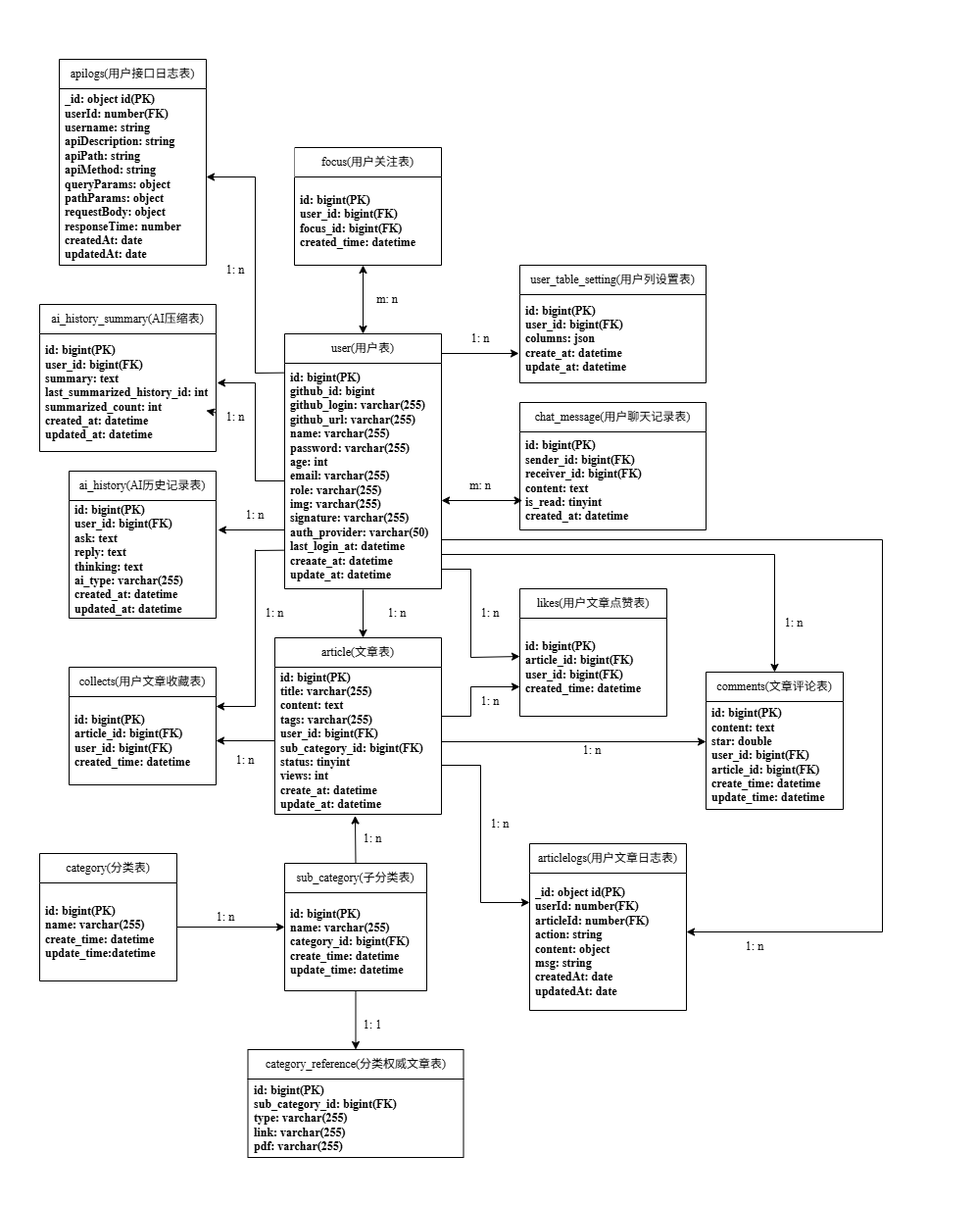
The draw.io diagram static/pic/er.drawio.png in hongch666/mix-web-demo, before a commit. Source tidied: cells renumbered, new cells last; positions are measured from the earlier drawing's top-left corner, leaving out a move shared by most shapes.
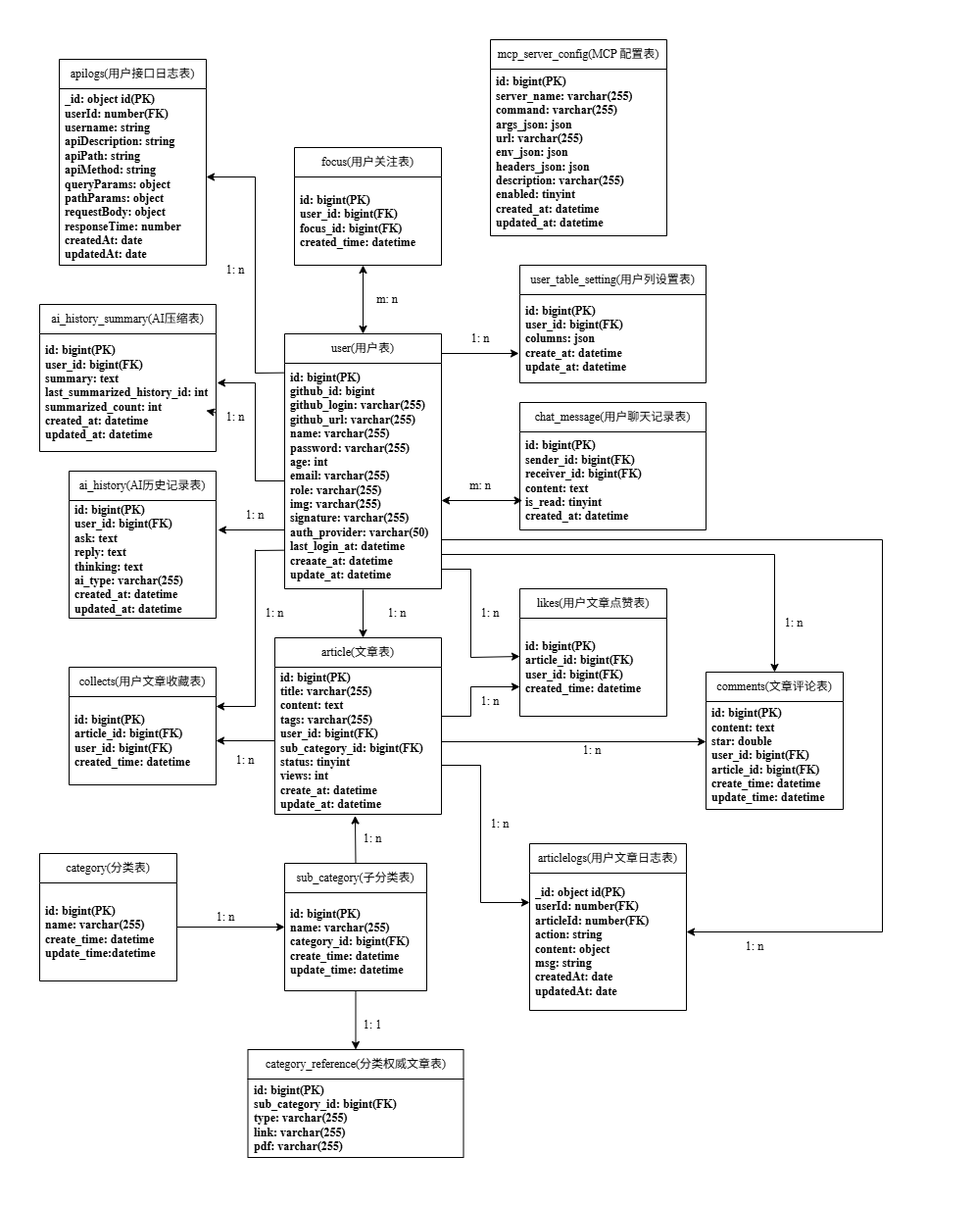
After the commit.

Commit message:
更新架构和ER图

Change to the diagram source:
```diff
@@ -233,9 +233,6 @@
     <mxCell id="54" style="rounded=0;whiteSpace=wrap;html=1;textOpacity=0;labelBorderColor=light-dark(#000000,#FFFFFF);fontColor=none;noLabel=1;strokeColor=none;fontFamily=Times New Roman;" parent="1" vertex="1">
       <mxGeometry x="985" y="450" width="10" height="30" as="geometry" />
     </mxCell>
-    <mxCell id="55" style="rounded=0;whiteSpace=wrap;html=1;textOpacity=0;labelBorderColor=light-dark(#000000,#FFFFFF);fontColor=none;noLabel=1;strokeColor=none;fontFamily=Times New Roman;" parent="1" vertex="1">
-      <mxGeometry x="290" y="150" width="10" height="30" as="geometry" />
-    </mxCell>
     <mxCell id="56" style="rounded=0;whiteSpace=wrap;html=1;textOpacity=0;labelBorderColor=light-dark(#000000,#FFFFFF);fontColor=none;noLabel=1;strokeColor=none;fontFamily=Times New Roman;" parent="1" vertex="1">
       <mxGeometry y="550" width="10" height="30" as="geometry" />
     </mxCell>
@@ -346,5 +343,11 @@
     <mxCell id="88" style="edgeStyle=none;html=1;" parent="1" edge="1" source="83" target="58">
       <mxGeometry relative="1" as="geometry" />
     </mxCell>
+    <mxCell id="89" value="mcp_server_config&lt;span style=&quot;&quot;&gt;(MCP 配置表)&lt;/span&gt;" style="swimlane;fontStyle=0;horizontal=1;startSize=30;whiteSpace=wrap;html=1;fontColor=default;fontFamily=Times New Roman;" parent="1" vertex="1">
+      <mxGeometry x="500" y="40" width="180" height="200" as="geometry" />
+    </mxCell>
+    <mxCell id="90" value="&lt;span style=&quot;scrollbar-color: rgb(75, 75, 75) rgb(27, 29, 30);&quot;&gt;&lt;b&gt;id: bigint(PK)&lt;/b&gt;&lt;/span&gt;&lt;div style=&quot;scrollbar-color: rgb(75, 75, 75) rgb(27, 29, 30);&quot;&gt;&lt;span style=&quot;scrollbar-color: rgb(75, 75, 75) rgb(27, 29, 30);&quot;&gt;&lt;b&gt;server_name:&amp;nbsp;&lt;/b&gt;&lt;/span&gt;&lt;b style=&quot;background-color: transparent; scrollbar-color: rgb(75, 75, 75) rgb(27, 29, 30);&quot;&gt;varchar(255)&lt;/b&gt;&lt;/div&gt;&lt;div style=&quot;scrollbar-color: rgb(75, 75, 75) rgb(27, 29, 30);&quot;&gt;&lt;span style=&quot;scrollbar-color: rgb(75, 75, 75) rgb(27, 29, 30);&quot;&gt;&lt;b&gt;command:&amp;nbsp;&lt;/b&gt;&lt;/span&gt;&lt;b style=&quot;background-color: transparent; scrollbar-color: rgb(75, 75, 75) rgb(27, 29, 30);&quot;&gt;varchar(255)&lt;/b&gt;&lt;/div&gt;&lt;div style=&quot;scrollbar-color: rgb(75, 75, 75) rgb(27, 29, 30);&quot;&gt;&lt;b style=&quot;background-color: transparent; scrollbar-color: rgb(75, 75, 75) rgb(27, 29, 30);&quot;&gt;args_json: json&lt;/b&gt;&lt;/div&gt;&lt;div style=&quot;scrollbar-color: rgb(75, 75, 75) rgb(27, 29, 30);&quot;&gt;&lt;b style=&quot;background-color: transparent; scrollbar-color: rgb(75, 75, 75) rgb(27, 29, 30);&quot;&gt;url:&amp;nbsp;&lt;/b&gt;&lt;b style=&quot;background-color: transparent; scrollbar-color: rgb(75, 75, 75) rgb(27, 29, 30);&quot;&gt;varchar(255)&lt;/b&gt;&lt;/div&gt;&lt;div style=&quot;scrollbar-color: rgb(75, 75, 75) rgb(27, 29, 30);&quot;&gt;&lt;b style=&quot;background-color: transparent; scrollbar-color: rgb(75, 75, 75) rgb(27, 29, 30);&quot;&gt;env_json: json&lt;/b&gt;&lt;/div&gt;&lt;div style=&quot;scrollbar-color: rgb(75, 75, 75) rgb(27, 29, 30);&quot;&gt;&lt;b style=&quot;background-color: transparent; scrollbar-color: rgb(75, 75, 75) rgb(27, 29, 30);&quot;&gt;headers_json: json&lt;/b&gt;&lt;/div&gt;&lt;div style=&quot;scrollbar-color: rgb(75, 75, 75) rgb(27, 29, 30);&quot;&gt;&lt;b style=&quot;background-color: transparent; scrollbar-color: rgb(75, 75, 75) rgb(27, 29, 30);&quot;&gt;description:&amp;nbsp;&lt;/b&gt;&lt;b style=&quot;background-color: transparent; scrollbar-color: rgb(75, 75, 75) rgb(27, 29, 30);&quot;&gt;varchar(255)&lt;/b&gt;&lt;/div&gt;&lt;div style=&quot;scrollbar-color: rgb(75, 75, 75) rgb(27, 29, 30);&quot;&gt;&lt;b style=&quot;background-color: transparent; scrollbar-color: rgb(75, 75, 75) rgb(27, 29, 30);&quot;&gt;enabled: tinyint&lt;/b&gt;&lt;/div&gt;&lt;div style=&quot;scrollbar-color: rgb(75, 75, 75) rgb(27, 29, 30);&quot;&gt;&lt;span style=&quot;scrollbar-color: rgb(75, 75, 75) rgb(27, 29, 30);&quot;&gt;&lt;b&gt;created_at: datetime&lt;/b&gt;&lt;/span&gt;&lt;/div&gt;&lt;div style=&quot;scrollbar-color: rgb(75, 75, 75) rgb(27, 29, 30);&quot;&gt;&lt;span style=&quot;scrollbar-color: rgb(75, 75, 75) rgb(27, 29, 30);&quot;&gt;&lt;b style=&quot;scrollbar-color: rgb(75, 75, 75) rgb(27, 29, 30);&quot;&gt;updated_at: datetime&lt;/b&gt;&lt;b&gt;&lt;/b&gt;&lt;/span&gt;&lt;/div&gt;" style="text;strokeColor=none;fillColor=none;align=left;verticalAlign=middle;spacingLeft=4;spacingRight=4;overflow=hidden;whiteSpace=wrap;html=1;fontColor=default;fontFamily=Times New Roman;" parent="89" vertex="1">
+      <mxGeometry y="30" width="180" height="170" as="geometry" />
+    </mxCell>
   </root>
 </mxGraphModel>
```
